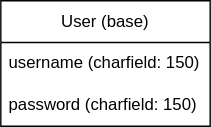
Earlier version of the draw.io export db_p10.drawio.svg (morganprieur/Projects_management_API). Source tidied: cells renumbered, new cells last; positions are measured from the earlier drawing's top-left corner, leaving out a move shared by most shapes. The source it was exported from:
```xml
<mxGraphModel>
  <root>
    <mxCell id="0" />
    <mxCell id="1" parent="0" />
    <mxCell id="2" value="User (base)" style="swimlane;fontStyle=0;horizontal=1;startSize=30;whiteSpace=wrap;html=1;" parent="1" vertex="1">
      <mxGeometry width="150" height="90" as="geometry" />
    </mxCell>
    <mxCell id="3" value="username (charfield: 150)" style="text;strokeColor=none;fillColor=none;align=left;verticalAlign=middle;spacingLeft=4;spacingRight=4;overflow=hidden;whiteSpace=wrap;html=1;" parent="2" vertex="1">
      <mxGeometry y="30" width="150" height="30" as="geometry" />
    </mxCell>
    <mxCell id="4" value="password (charfield: 150)" style="text;strokeColor=none;fillColor=none;align=left;verticalAlign=middle;spacingLeft=4;spacingRight=4;overflow=hidden;whiteSpace=wrap;html=1;" parent="2" vertex="1">
      <mxGeometry y="60" width="150" height="30" as="geometry" />
    </mxCell>
  </root>
</mxGraphModel>
```
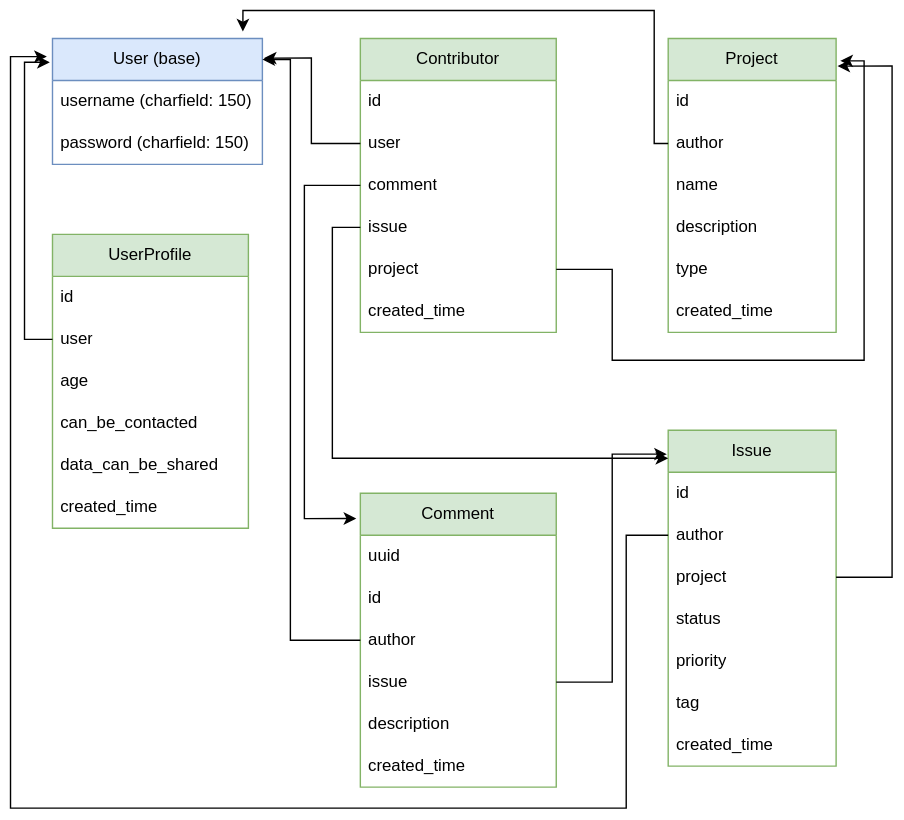
The same file after the commit.

Diff of the diagram source:
```diff
@@ -2,7 +2,7 @@
   <root>
     <mxCell id="0" />
     <mxCell id="1" parent="0" />
-    <mxCell id="2" value="User (base)" style="swimlane;fontStyle=0;horizontal=1;startSize=30;whiteSpace=wrap;html=1;" parent="1" vertex="1">
+    <mxCell id="2" value="User (base)" style="swimlane;fontStyle=0;horizontal=1;startSize=30;whiteSpace=wrap;html=1;fillColor=#dae8fc;strokeColor=#6c8ebf;" parent="1" vertex="1">
       <mxGeometry width="150" height="90" as="geometry" />
     </mxCell>
     <mxCell id="3" value="username (charfield: 150)" style="text;strokeColor=none;fillColor=none;align=left;verticalAlign=middle;spacingLeft=4;spacingRight=4;overflow=hidden;whiteSpace=wrap;html=1;" parent="2" vertex="1">
@@ -11,5 +11,188 @@
     <mxCell id="4" value="password (charfield: 150)" style="text;strokeColor=none;fillColor=none;align=left;verticalAlign=middle;spacingLeft=4;spacingRight=4;overflow=hidden;whiteSpace=wrap;html=1;" parent="2" vertex="1">
       <mxGeometry y="60" width="150" height="30" as="geometry" />
     </mxCell>
+    <mxCell id="5" value="Project" style="swimlane;fontStyle=0;horizontal=1;startSize=30;whiteSpace=wrap;html=1;fillColor=#d5e8d4;strokeColor=#82b366;" parent="1" vertex="1">
+      <mxGeometry x="440" width="120" height="210" as="geometry" />
+    </mxCell>
+    <mxCell id="6" value="id" style="text;strokeColor=none;fillColor=none;align=left;verticalAlign=middle;spacingLeft=4;spacingRight=4;overflow=hidden;whiteSpace=wrap;html=1;" parent="5" vertex="1">
+      <mxGeometry y="30" width="120" height="30" as="geometry" />
+    </mxCell>
+    <mxCell id="7" value="&lt;div&gt;author&lt;/div&gt;" style="text;strokeColor=none;fillColor=none;align=left;verticalAlign=middle;spacingLeft=4;spacingRight=4;overflow=hidden;points=[[0,0.5],[1,0.5]];portConstraint=eastwest;whiteSpace=wrap;html=1;" parent="5" vertex="1">
+      <mxGeometry y="60" width="120" height="30" as="geometry" />
+    </mxCell>
+    <mxCell id="8" value="&lt;div&gt;name&lt;/div&gt;" style="text;strokeColor=none;fillColor=none;align=left;verticalAlign=middle;spacingLeft=4;spacingRight=4;overflow=hidden;whiteSpace=wrap;html=1;" parent="5" vertex="1">
+      <mxGeometry y="90" width="120" height="30" as="geometry" />
+    </mxCell>
+    <mxCell id="9" value="description" style="text;strokeColor=none;fillColor=none;align=left;verticalAlign=middle;spacingLeft=4;spacingRight=4;overflow=hidden;whiteSpace=wrap;html=1;" parent="5" vertex="1">
+      <mxGeometry y="120" width="120" height="30" as="geometry" />
+    </mxCell>
+    <mxCell id="10" value="type" style="text;strokeColor=none;fillColor=none;align=left;verticalAlign=middle;spacingLeft=4;spacingRight=4;overflow=hidden;whiteSpace=wrap;html=1;" parent="5" vertex="1">
+      <mxGeometry y="150" width="120" height="30" as="geometry" />
+    </mxCell>
+    <mxCell id="11" value="created_time" style="text;strokeColor=none;fillColor=none;align=left;verticalAlign=middle;spacingLeft=4;spacingRight=4;overflow=hidden;whiteSpace=wrap;html=1;" parent="5" vertex="1">
+      <mxGeometry y="180" width="120" height="30" as="geometry" />
+    </mxCell>
+    <mxCell id="12" value="Issue" style="swimlane;fontStyle=0;horizontal=1;startSize=30;whiteSpace=wrap;html=1;fillColor=#d5e8d4;strokeColor=#82b366;" parent="1" vertex="1">
+      <mxGeometry x="440" y="280" width="120" height="240" as="geometry" />
+    </mxCell>
+    <mxCell id="13" value="id" style="text;strokeColor=none;fillColor=none;align=left;verticalAlign=middle;spacingLeft=4;spacingRight=4;overflow=hidden;whiteSpace=wrap;html=1;" parent="12" vertex="1">
+      <mxGeometry y="30" width="120" height="30" as="geometry" />
+    </mxCell>
+    <mxCell id="14" value="author" style="text;strokeColor=none;fillColor=none;align=left;verticalAlign=middle;spacingLeft=4;spacingRight=4;overflow=hidden;points=[[0,0.5],[1,0.5]];portConstraint=eastwest;whiteSpace=wrap;html=1;" parent="12" vertex="1">
+      <mxGeometry y="60" width="120" height="30" as="geometry" />
+    </mxCell>
+    <mxCell id="15" value="project" style="text;strokeColor=none;fillColor=none;align=left;verticalAlign=middle;spacingLeft=4;spacingRight=4;overflow=hidden;points=[[0,0.5],[1,0.5]];portConstraint=eastwest;whiteSpace=wrap;html=1;" parent="12" vertex="1">
+      <mxGeometry y="90" width="120" height="30" as="geometry" />
+    </mxCell>
+    <mxCell id="16" value="status" style="text;strokeColor=none;fillColor=none;align=left;verticalAlign=middle;spacingLeft=4;spacingRight=4;overflow=hidden;whiteSpace=wrap;html=1;" parent="12" vertex="1">
+      <mxGeometry y="120" width="120" height="30" as="geometry" />
+    </mxCell>
+    <mxCell id="17" value="priority" style="text;strokeColor=none;fillColor=none;align=left;verticalAlign=middle;spacingLeft=4;spacingRight=4;overflow=hidden;whiteSpace=wrap;html=1;" parent="12" vertex="1">
+      <mxGeometry y="150" width="120" height="30" as="geometry" />
+    </mxCell>
+    <mxCell id="18" value="tag" style="text;strokeColor=none;fillColor=none;align=left;verticalAlign=middle;spacingLeft=4;spacingRight=4;overflow=hidden;whiteSpace=wrap;html=1;" parent="12" vertex="1">
+      <mxGeometry y="180" width="120" height="30" as="geometry" />
+    </mxCell>
+    <mxCell id="19" value="created_time" style="text;strokeColor=none;fillColor=none;align=left;verticalAlign=middle;spacingLeft=4;spacingRight=4;overflow=hidden;whiteSpace=wrap;html=1;" parent="12" vertex="1">
+      <mxGeometry y="210" width="120" height="30" as="geometry" />
+    </mxCell>
+    <mxCell id="20" value="Comment" style="swimlane;fontStyle=0;horizontal=1;startSize=30;whiteSpace=wrap;html=1;fillColor=#d5e8d4;strokeColor=#82b366;" parent="1" vertex="1">
+      <mxGeometry x="220" y="325" width="140" height="210" as="geometry" />
+    </mxCell>
+    <mxCell id="21" value="uuid" style="text;strokeColor=none;fillColor=none;align=left;verticalAlign=middle;spacingLeft=4;spacingRight=4;overflow=hidden;whiteSpace=wrap;html=1;" parent="20" vertex="1">
+      <mxGeometry y="30" width="140" height="30" as="geometry" />
+    </mxCell>
+    <mxCell id="22" value="id" style="text;strokeColor=none;fillColor=none;align=left;verticalAlign=middle;spacingLeft=4;spacingRight=4;overflow=hidden;whiteSpace=wrap;html=1;" parent="20" vertex="1">
+      <mxGeometry y="60" width="140" height="30" as="geometry" />
+    </mxCell>
+    <mxCell id="23" value="author" style="text;strokeColor=none;fillColor=none;align=left;verticalAlign=middle;spacingLeft=4;spacingRight=4;overflow=hidden;points=[[0,0.5],[1,0.5]];portConstraint=eastwest;whiteSpace=wrap;html=1;" parent="20" vertex="1">
+      <mxGeometry y="90" width="140" height="30" as="geometry" />
+    </mxCell>
+    <mxCell id="24" value="issue" style="text;strokeColor=none;fillColor=none;align=left;verticalAlign=middle;spacingLeft=4;spacingRight=4;overflow=hidden;points=[[0,0.5],[1,0.5]];portConstraint=eastwest;whiteSpace=wrap;html=1;" parent="20" vertex="1">
+      <mxGeometry y="120" width="140" height="30" as="geometry" />
+    </mxCell>
+    <mxCell id="25" value="description" style="text;strokeColor=none;fillColor=none;align=left;verticalAlign=middle;spacingLeft=4;spacingRight=4;overflow=hidden;whiteSpace=wrap;html=1;" parent="20" vertex="1">
+      <mxGeometry y="150" width="140" height="30" as="geometry" />
+    </mxCell>
+    <mxCell id="26" value="created_time" style="text;strokeColor=none;fillColor=none;align=left;verticalAlign=middle;spacingLeft=4;spacingRight=4;overflow=hidden;whiteSpace=wrap;html=1;" parent="20" vertex="1">
+      <mxGeometry y="180" width="140" height="30" as="geometry" />
+    </mxCell>
+    <mxCell id="27" value="Contributor" style="swimlane;fontStyle=0;horizontal=1;startSize=30;whiteSpace=wrap;html=1;fillColor=#d5e8d4;strokeColor=#82b366;" parent="1" vertex="1">
+      <mxGeometry x="220" width="140" height="210" as="geometry" />
+    </mxCell>
+    <mxCell id="28" value="id" style="text;strokeColor=none;fillColor=none;align=left;verticalAlign=middle;spacingLeft=4;spacingRight=4;overflow=hidden;whiteSpace=wrap;html=1;" parent="27" vertex="1">
+      <mxGeometry y="30" width="140" height="30" as="geometry" />
+    </mxCell>
+    <mxCell id="29" value="user" style="text;strokeColor=none;fillColor=none;align=left;verticalAlign=middle;spacingLeft=4;spacingRight=4;overflow=hidden;points=[[0,0.5],[1,0.5]];portConstraint=eastwest;whiteSpace=wrap;html=1;" parent="27" vertex="1">
+      <mxGeometry y="60" width="140" height="30" as="geometry" />
+    </mxCell>
+    <mxCell id="30" value="comment" style="text;strokeColor=none;fillColor=none;align=left;verticalAlign=middle;spacingLeft=4;spacingRight=4;overflow=hidden;points=[[0,0.5],[1,0.5]];portConstraint=eastwest;whiteSpace=wrap;html=1;" parent="27" vertex="1">
+      <mxGeometry y="90" width="140" height="30" as="geometry" />
+    </mxCell>
+    <mxCell id="31" value="issue" style="text;strokeColor=none;fillColor=none;align=left;verticalAlign=middle;spacingLeft=4;spacingRight=4;overflow=hidden;points=[[0,0.5],[1,0.5]];portConstraint=eastwest;whiteSpace=wrap;html=1;" parent="27" vertex="1">
+      <mxGeometry y="120" width="140" height="30" as="geometry" />
+    </mxCell>
+    <mxCell id="32" value="project" style="text;strokeColor=none;fillColor=none;align=left;verticalAlign=middle;spacingLeft=4;spacingRight=4;overflow=hidden;points=[[0,0.5],[1,0.5]];portConstraint=eastwest;whiteSpace=wrap;html=1;" parent="27" vertex="1">
+      <mxGeometry y="150" width="140" height="30" as="geometry" />
+    </mxCell>
+    <mxCell id="33" value="created_time" style="text;strokeColor=none;fillColor=none;align=left;verticalAlign=middle;spacingLeft=4;spacingRight=4;overflow=hidden;whiteSpace=wrap;html=1;" parent="27" vertex="1">
+      <mxGeometry y="180" width="140" height="30" as="geometry" />
+    </mxCell>
+    <mxCell id="34" style="edgeStyle=orthogonalEdgeStyle;rounded=0;jettySize=auto;html=1;exitX=1;exitY=0.5;exitDx=0;exitDy=0;entryX=1.008;entryY=0.094;entryDx=0;entryDy=0;entryPerimeter=0;" parent="1" edge="1" source="15" target="5">
+      <mxGeometry relative="1" as="geometry">
+        <Array as="points">
+          <mxPoint x="600" y="385" />
+          <mxPoint x="600" y="20" />
+        </Array>
+      </mxGeometry>
+    </mxCell>
+    <mxCell id="35" style="edgeStyle=orthogonalEdgeStyle;rounded=0;jettySize=auto;html=1;entryX=-0.008;entryY=0.071;entryDx=0;entryDy=0;entryPerimeter=0;" parent="1" edge="1" source="24" target="12">
+      <mxGeometry relative="1" as="geometry" />
+    </mxCell>
+    <mxCell id="36" style="edgeStyle=orthogonalEdgeStyle;rounded=0;jettySize=auto;html=1;exitX=0;exitY=0.5;exitDx=0;exitDy=0;entryX=-0.027;entryY=0.144;entryDx=0;entryDy=0;entryPerimeter=0;" parent="1" edge="1" source="14" target="2">
+      <mxGeometry relative="1" as="geometry">
+        <Array as="points">
+          <mxPoint x="410" y="355" />
+          <mxPoint x="410" y="550" />
+          <mxPoint x="-30" y="550" />
+          <mxPoint x="-30" y="13" />
+        </Array>
+      </mxGeometry>
+    </mxCell>
+    <mxCell id="37" value="UserProfile" style="swimlane;fontStyle=0;horizontal=1;startSize=30;whiteSpace=wrap;html=1;fillColor=#d5e8d4;strokeColor=#82b366;" parent="1" vertex="1">
+      <mxGeometry y="140" width="140" height="210" as="geometry" />
+    </mxCell>
+    <mxCell id="38" value="id" style="text;strokeColor=none;fillColor=none;align=left;verticalAlign=middle;spacingLeft=4;spacingRight=4;overflow=hidden;whiteSpace=wrap;html=1;" parent="37" vertex="1">
+      <mxGeometry y="30" width="140" height="30" as="geometry" />
+    </mxCell>
+    <mxCell id="39" value="user" style="text;strokeColor=none;fillColor=none;align=left;verticalAlign=middle;spacingLeft=4;spacingRight=4;overflow=hidden;points=[[0,0.5],[1,0.5]];portConstraint=eastwest;whiteSpace=wrap;html=1;" parent="37" vertex="1">
+      <mxGeometry y="60" width="140" height="30" as="geometry" />
+    </mxCell>
+    <mxCell id="40" value="age" style="text;strokeColor=none;fillColor=none;align=left;verticalAlign=middle;spacingLeft=4;spacingRight=4;overflow=hidden;whiteSpace=wrap;html=1;" parent="37" vertex="1">
+      <mxGeometry y="90" width="140" height="30" as="geometry" />
+    </mxCell>
+    <mxCell id="41" value="can_be_contacted" style="text;strokeColor=none;fillColor=none;align=left;verticalAlign=middle;spacingLeft=4;spacingRight=4;overflow=hidden;whiteSpace=wrap;html=1;" parent="37" vertex="1">
+      <mxGeometry y="120" width="140" height="30" as="geometry" />
+    </mxCell>
+    <mxCell id="42" value="data_can_be_shared" style="text;strokeColor=none;fillColor=none;align=left;verticalAlign=middle;spacingLeft=4;spacingRight=4;overflow=hidden;whiteSpace=wrap;html=1;" parent="37" vertex="1">
+      <mxGeometry y="150" width="140" height="30" as="geometry" />
+    </mxCell>
+    <mxCell id="43" value="created_time" style="text;strokeColor=none;fillColor=none;align=left;verticalAlign=middle;spacingLeft=4;spacingRight=4;overflow=hidden;whiteSpace=wrap;html=1;" parent="37" vertex="1">
+      <mxGeometry y="180" width="140" height="30" as="geometry" />
+    </mxCell>
+    <mxCell id="44" style="edgeStyle=orthogonalEdgeStyle;rounded=0;jettySize=auto;html=1;exitX=0;exitY=0.5;exitDx=0;exitDy=0;entryX=-0.013;entryY=0.189;entryDx=0;entryDy=0;entryPerimeter=0;" parent="1" edge="1" source="39" target="2">
+      <mxGeometry relative="1" as="geometry">
+        <Array as="points">
+          <mxPoint x="-20" y="215" />
+          <mxPoint x="-20" y="17" />
+        </Array>
+      </mxGeometry>
+    </mxCell>
+    <mxCell id="45" style="edgeStyle=orthogonalEdgeStyle;rounded=0;jettySize=auto;html=1;exitX=0;exitY=0.5;exitDx=0;exitDy=0;entryX=1.007;entryY=0.156;entryDx=0;entryDy=0;entryPerimeter=0;" parent="1" edge="1" source="29" target="2">
+      <mxGeometry relative="1" as="geometry" />
+    </mxCell>
+    <mxCell id="46" style="edgeStyle=orthogonalEdgeStyle;rounded=0;jettySize=auto;html=1;exitX=0;exitY=0.5;exitDx=0;exitDy=0;entryX=1;entryY=0.167;entryDx=0;entryDy=0;entryPerimeter=0;" parent="1" edge="1" source="23" target="2">
+      <mxGeometry relative="1" as="geometry">
+        <Array as="points">
+          <mxPoint x="170" y="430" />
+          <mxPoint x="170" y="15" />
+        </Array>
+      </mxGeometry>
+    </mxCell>
+    <mxCell id="47" style="edgeStyle=orthogonalEdgeStyle;rounded=0;jettySize=auto;html=1;exitX=0;exitY=0.5;exitDx=0;exitDy=0;entryX=0.907;entryY=-0.056;entryDx=0;entryDy=0;entryPerimeter=0;" parent="1" edge="1" source="7" target="2">
+      <mxGeometry relative="1" as="geometry">
+        <Array as="points">
+          <mxPoint x="430" y="75" />
+          <mxPoint x="430" y="-20" />
+          <mxPoint x="136" y="-20" />
+        </Array>
+      </mxGeometry>
+    </mxCell>
+    <mxCell id="48" style="edgeStyle=orthogonalEdgeStyle;rounded=0;jettySize=auto;html=1;exitX=0;exitY=0.5;exitDx=0;exitDy=0;entryX=-0.021;entryY=0.086;entryDx=0;entryDy=0;entryPerimeter=0;" parent="1" edge="1" source="30" target="20">
+      <mxGeometry relative="1" as="geometry">
+        <Array as="points">
+          <mxPoint x="180" y="105" />
+          <mxPoint x="180" y="343" />
+        </Array>
+      </mxGeometry>
+    </mxCell>
+    <mxCell id="49" style="edgeStyle=orthogonalEdgeStyle;rounded=0;jettySize=auto;html=1;exitX=0;exitY=0.5;exitDx=0;exitDy=0;" parent="1" edge="1" source="31" target="12">
+      <mxGeometry relative="1" as="geometry">
+        <Array as="points">
+          <mxPoint x="200" y="135" />
+          <mxPoint x="200" y="300" />
+        </Array>
+      </mxGeometry>
+    </mxCell>
+    <mxCell id="50" style="edgeStyle=orthogonalEdgeStyle;rounded=0;jettySize=auto;html=1;exitX=1;exitY=0.5;exitDx=0;exitDy=0;entryX=1.025;entryY=0.076;entryDx=0;entryDy=0;entryPerimeter=0;" parent="1" edge="1" source="32" target="5">
+      <mxGeometry relative="1" as="geometry">
+        <Array as="points">
+          <mxPoint x="400" y="165" />
+          <mxPoint x="400" y="230" />
+          <mxPoint x="580" y="230" />
+          <mxPoint x="580" y="16" />
+        </Array>
+      </mxGeometry>
+    </mxCell>
   </root>
 </mxGraphModel>
```
